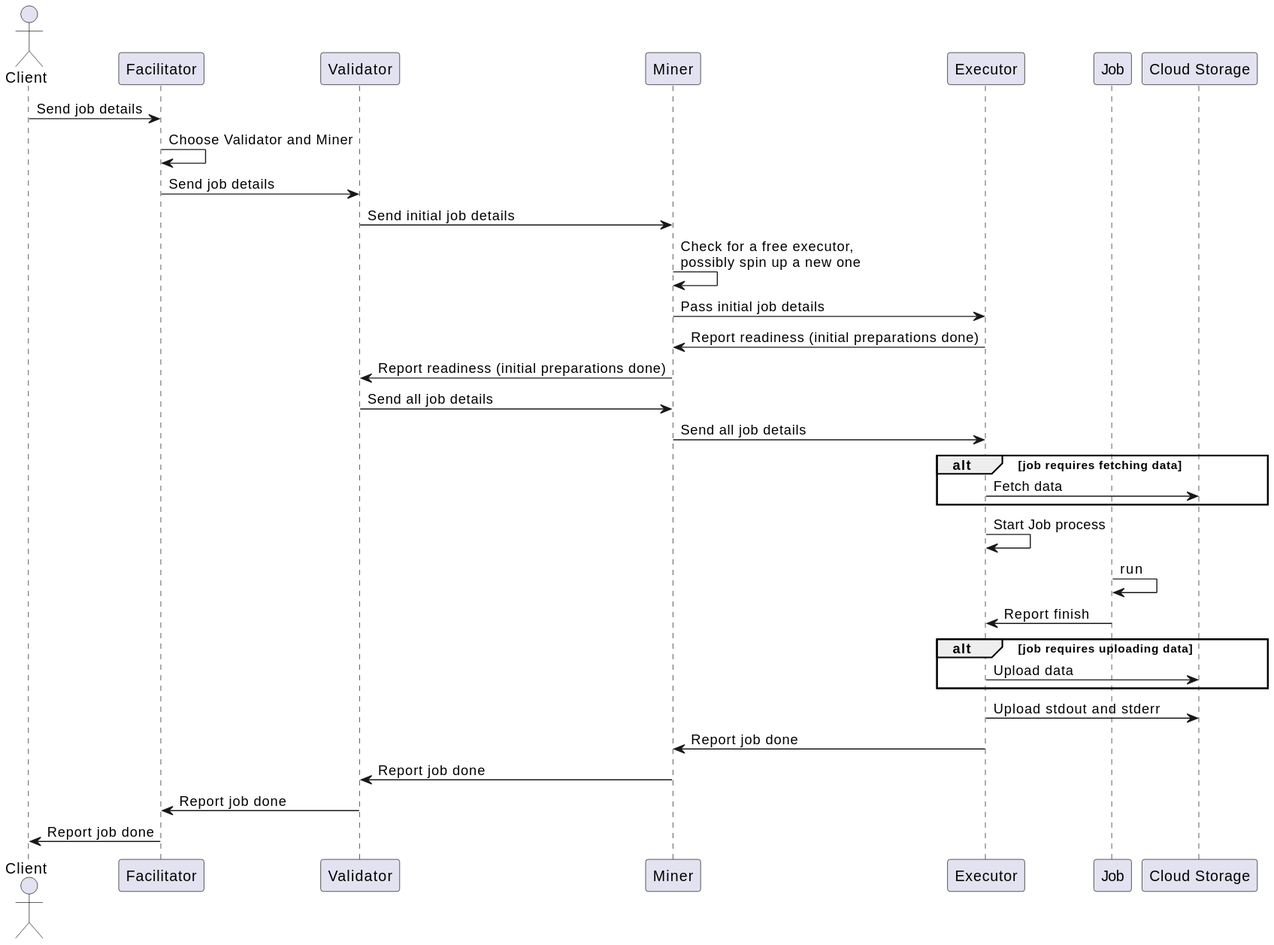
backend-developers-ltd/ComputeHorde keeps this PlantUML diagram as docs/organic_job.puml.svg. Above is the earlier version. Its diagram source:
```plantuml
@startuml
Actor Client
participant Facilitator
participant Validator
participant Miner
participant Executor
participant Job
participant "Cloud Storage"

Client->Facilitator: Send job details
Facilitator->Facilitator: Choose Validator and Miner
Facilitator->Validator: Send job details
Validator->Miner: Send initial job details
Miner->Miner: Check for a free executor,\npossibly spin up a new one
Miner->Executor: Pass initial job details
Executor->Miner: Report readiness (initial preparations done)
Miner->Validator: Report readiness (initial preparations done)
Validator->Miner: Send all job details
Miner->Executor: Send all job details

alt job requires fetching data
    Executor->"Cloud Storage": Fetch data
end

Executor->Executor: Start Job process
Job->Job: run
Job->Executor: Report finish

alt job requires uploading data
    Executor->"Cloud Storage": Upload data
end
Executor->"Cloud Storage": Upload stdout and stderr

Executor->Miner: Report job done
Miner->Validator: Report job done
Validator->Facilitator: Report job done
Facilitator->Client: Report job done
@enduml
```
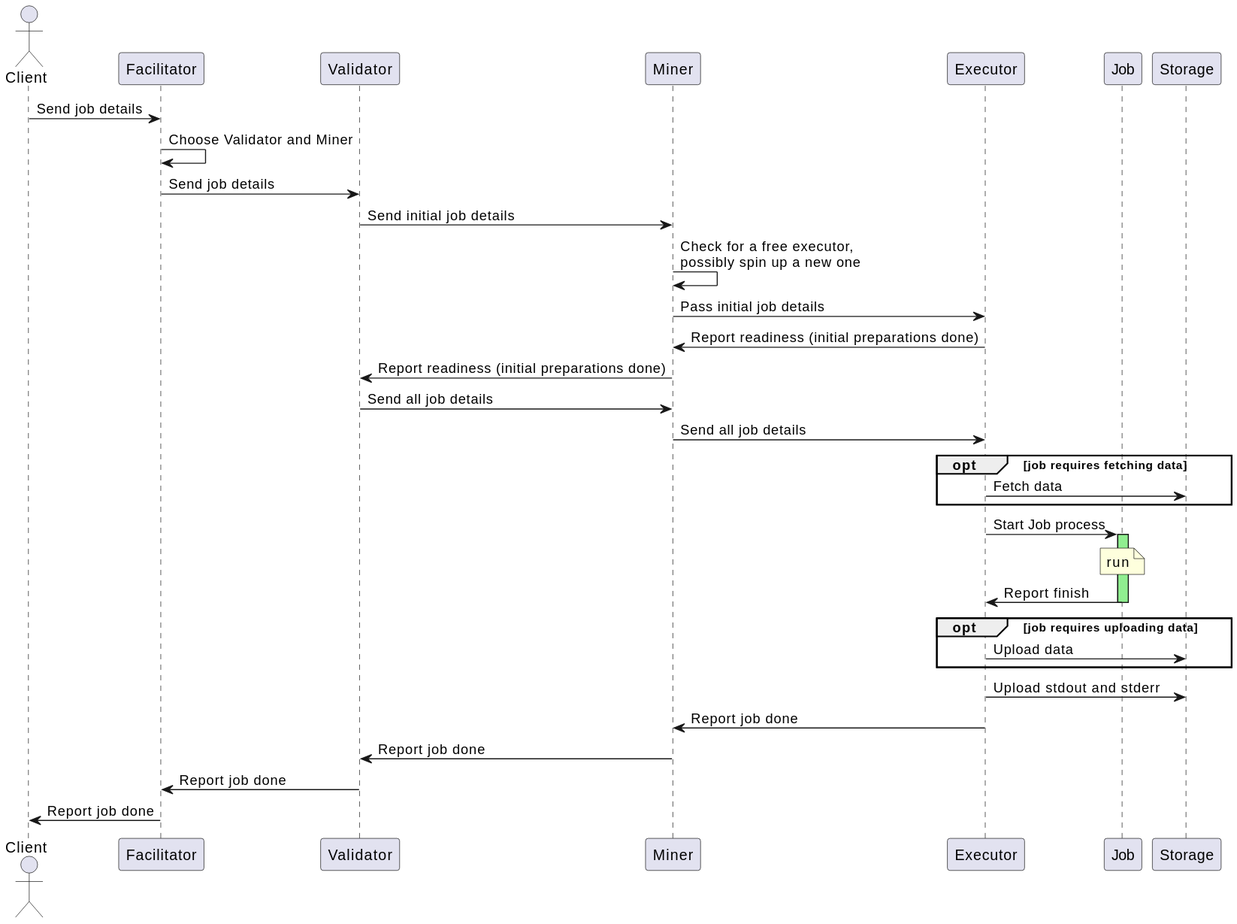
The same diagram one commit later.

Diff of the diagram source:
```diff
@@ -5,7 +5,7 @@
 participant Miner
 participant Executor
 participant Job
-participant "Cloud Storage"
+participant Storage
 
 Client->Facilitator: Send job details
 Facilitator->Facilitator: Choose Validator and Miner
@@ -18,18 +18,20 @@
 Validator->Miner: Send all job details
 Miner->Executor: Send all job details
 
-alt job requires fetching data
-    Executor->"Cloud Storage": Fetch data
+opt job requires fetching data
+    Executor->Storage: Fetch data
 end
 
-Executor->Executor: Start Job process
-Job->Job: run
+Executor->Job: Start Job process
+activate Job #lightgreen
+note over Job: run
 Job->Executor: Report finish
+deactivate Job
 
-alt job requires uploading data
-    Executor->"Cloud Storage": Upload data
+opt job requires uploading data
+    Executor->Storage: Upload data
 end
-Executor->"Cloud Storage": Upload stdout and stderr
+Executor->Storage: Upload stdout and stderr
 
 Executor->Miner: Report job done
 Miner->Validator: Report job done
```
